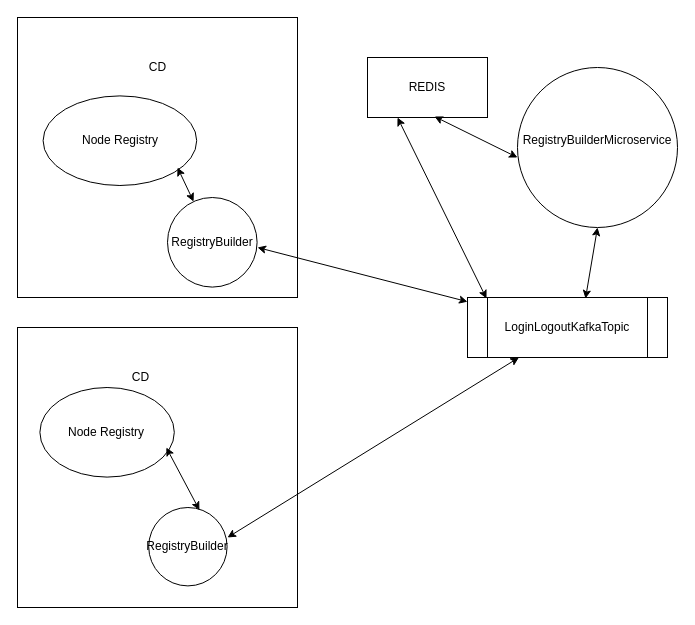
anshuldevmehta/RandomDiagrams keeps this draw.io diagram as Embedded Cache CD.drawio. Above is the earlier version. Source tidied: cells renumbered, new cells numbered last; positions are measured from the earlier drawing's top-left corner, leaving out a move shared by most shapes. Both pictures are drawn from the tidied source at 100%, with x=0, y=0 at pixel (17, 17).
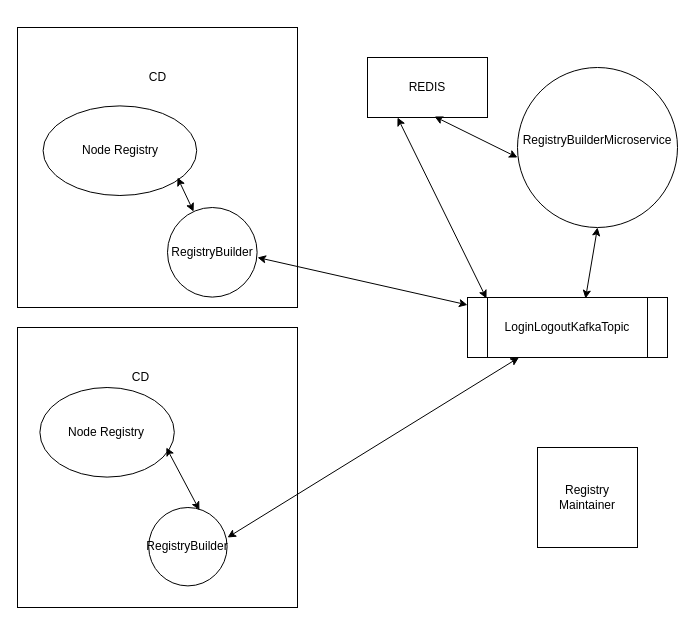
The same page after the edit.

What changed in the source:
```diff
@@
     <mxCell id="2" style="group;" parent="1" vertex="1">
-      <mxGeometry width="320" height="280" as="geometry" />
+      <mxGeometry y="10" width="320" height="280" as="geometry" />
     </mxCell>
@@
+    <mxCell id="22" value="Registry Maintainer" style="whiteSpace=wrap;html=1;" parent="1" vertex="1">
+      <mxGeometry x="520" y="430" width="100" height="100" as="geometry" />
+    </mxCell>
```
